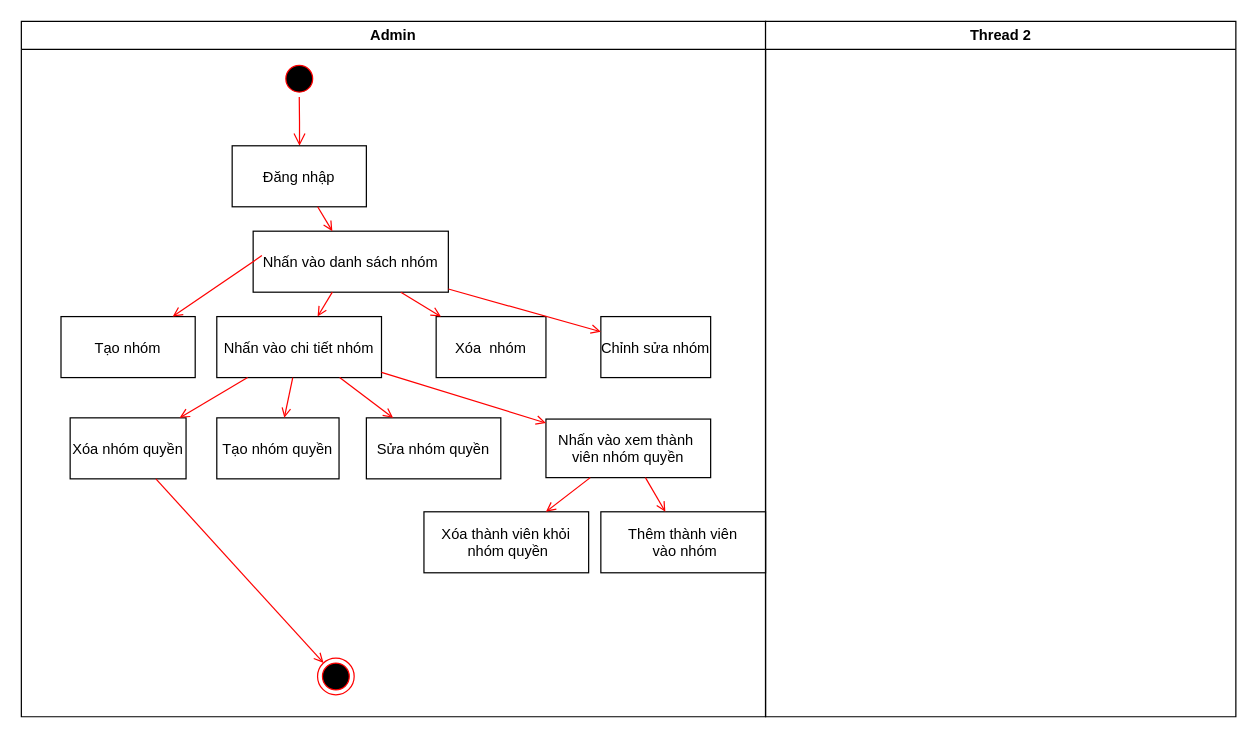
This is BlogProject/BlogProject/PhanQuyenActivity.drawio from TranThanhHoang123/Blog, a draw.io file, before an edit. Source tidied: cells renumbered, new cells numbered last; positions are measured from the earlier drawing's top-left corner, leaving out a move shared by most shapes. Both pictures are drawn from the tidied source at 122%, with x=0, y=0 at pixel (21, 21).
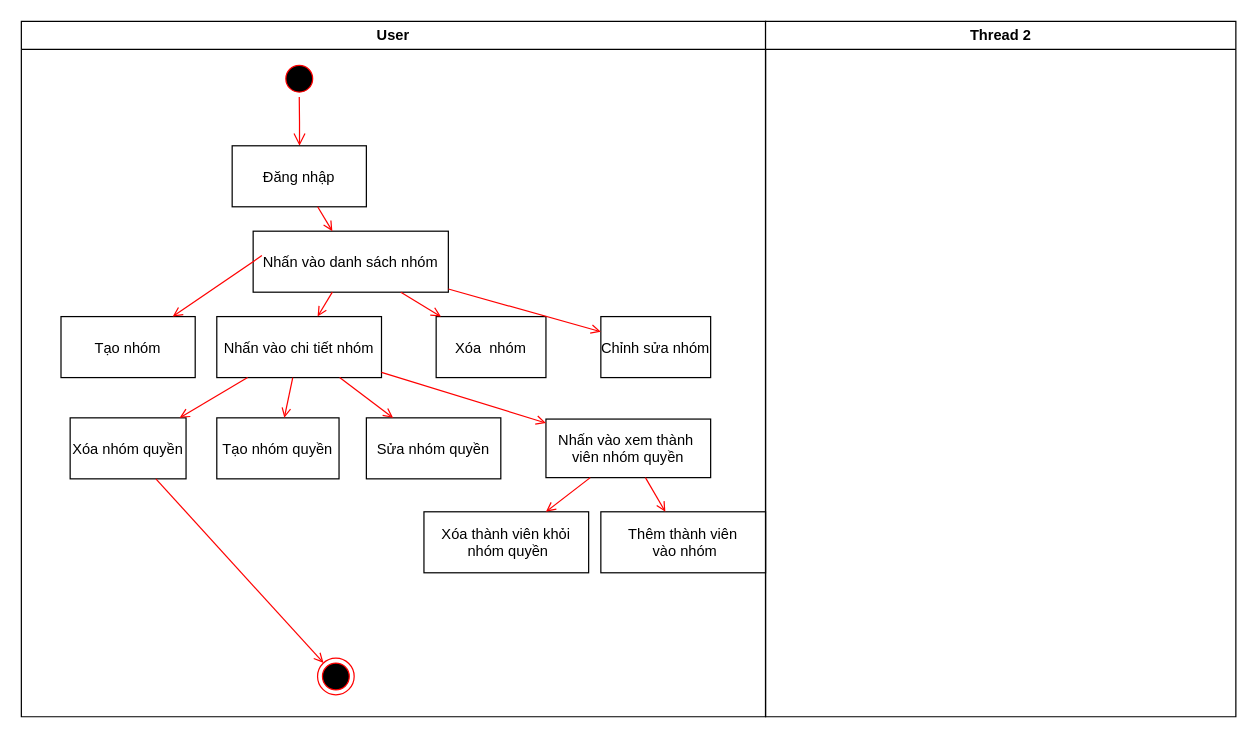
After the change.

Change to the diagram source:
```diff
@@
-    <mxCell id="2" value="Admin" style="swimlane;whiteSpace=wrap;" parent="1" vertex="1">
+    <mxCell id="2" value="User" style="swimlane;whiteSpace=wrap;" parent="1" vertex="1">
       <mxGeometry width="610" height="570" as="geometry" />
     </mxCell>
```
